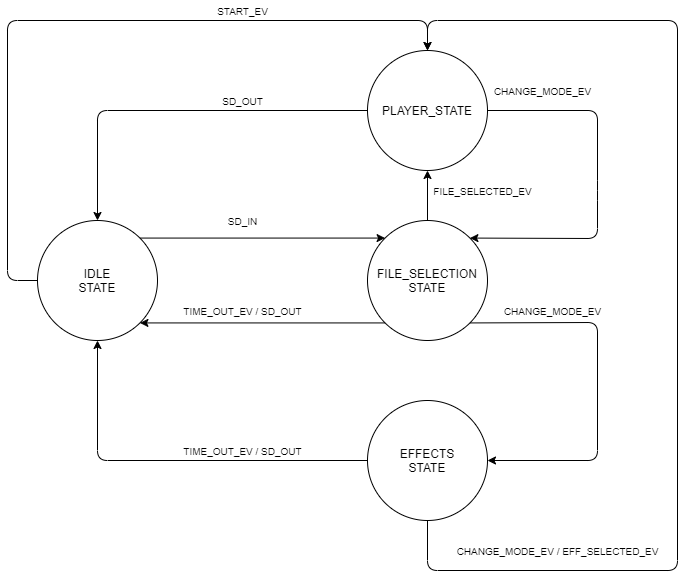
Above: SDProject/docs/fsm.png in Labo-Microprocesadores/MP3_Player (draw.io), before the change. Source tidied: cells renumbered, new cells last; positions are measured from the earlier drawing's top-left corner, leaving out a move shared by most shapes. The source it was exported from:
```xml
<mxGraphModel>
  <root>
    <mxCell id="0" />
    <mxCell id="1" parent="0" />
    <mxCell id="2" value="IDLE&lt;br&gt;STATE" style="ellipse;whiteSpace=wrap;html=1;" parent="1" vertex="1">
      <mxGeometry x="30" y="220" width="120" height="120" as="geometry" />
    </mxCell>
    <mxCell id="3" value="PLAYER_STATE" style="ellipse;whiteSpace=wrap;html=1;" parent="1" vertex="1">
      <mxGeometry x="360" y="50" width="120" height="120" as="geometry" />
    </mxCell>
    <mxCell id="4" value="FILE_SELECTION&lt;br&gt;STATE" style="ellipse;whiteSpace=wrap;html=1;" parent="1" vertex="1">
      <mxGeometry x="360" y="220" width="120" height="120" as="geometry" />
    </mxCell>
    <mxCell id="5" value="EFFECTS&lt;br&gt;STATE" style="ellipse;whiteSpace=wrap;html=1;" parent="1" vertex="1">
      <mxGeometry x="360" y="400" width="120" height="120" as="geometry" />
    </mxCell>
    <mxCell id="6" style="endArrow=classic;html=1;entryX=0.5;entryY=1;entryDx=0;entryDy=0;exitX=0;exitY=0.5;exitDx=0;exitDy=0;" parent="1" edge="1" source="5" target="2">
      <mxGeometry relative="1" as="geometry">
        <Array as="points">
          <mxPoint x="90" y="460" />
        </Array>
      </mxGeometry>
    </mxCell>
    <mxCell id="7" value="&lt;span style=&quot;font-size: 10px&quot;&gt;TIME_OUT_EV / SD_OUT&lt;/span&gt;" style="text;html=1;align=center;verticalAlign=middle;" parent="1" vertex="1">
      <mxGeometry x="170" y="440" width="130" height="20" as="geometry" />
    </mxCell>
    <mxCell id="8" style="endArrow=classic;html=1;exitX=0;exitY=1;exitDx=0;exitDy=0;entryX=1;entryY=1;entryDx=0;entryDy=0;" parent="1" edge="1" source="4" target="2">
      <mxGeometry relative="1" as="geometry" />
    </mxCell>
    <mxCell id="9" value="&lt;span style=&quot;font-size: 10px&quot;&gt;TIME_OUT_EV / SD_OUT&lt;/span&gt;" style="text;html=1;align=center;verticalAlign=middle;" parent="1" vertex="1">
      <mxGeometry x="170" y="300" width="130" height="20" as="geometry" />
    </mxCell>
    <mxCell id="10" style="endArrow=classic;html=1;exitX=0;exitY=0.5;exitDx=0;exitDy=0;entryX=0.5;entryY=0;entryDx=0;entryDy=0;" parent="1" edge="1" source="3" target="2">
      <mxGeometry relative="1" as="geometry">
        <Array as="points">
          <mxPoint x="90" y="110" />
        </Array>
      </mxGeometry>
    </mxCell>
    <mxCell id="11" value="&lt;span style=&quot;font-size: 10px&quot;&gt;SD_OUT&lt;/span&gt;" style="text;html=1;align=center;verticalAlign=middle;" parent="1" vertex="1">
      <mxGeometry x="205" y="90" width="60" height="20" as="geometry" />
    </mxCell>
    <mxCell id="12" style="endArrow=classic;html=1;exitX=1;exitY=0.5;exitDx=0;exitDy=0;entryX=1;entryY=0;entryDx=0;entryDy=0;" parent="1" edge="1" source="3" target="4">
      <mxGeometry relative="1" as="geometry">
        <Array as="points">
          <mxPoint x="590" y="110" />
          <mxPoint x="590" y="190" />
          <mxPoint x="590" y="238" />
        </Array>
      </mxGeometry>
    </mxCell>
    <mxCell id="13" value="&lt;span style=&quot;font-size: 10px&quot;&gt;CHANGE_MODE_EV&lt;/span&gt;" style="text;html=1;align=center;verticalAlign=middle;" parent="1" vertex="1">
      <mxGeometry x="480" y="80" width="110" height="20" as="geometry" />
    </mxCell>
    <mxCell id="14" style="endArrow=classic;html=1;entryX=1;entryY=0.5;entryDx=0;entryDy=0;exitX=1;exitY=1;exitDx=0;exitDy=0;" parent="1" edge="1" source="4" target="5">
      <mxGeometry relative="1" as="geometry">
        <Array as="points">
          <mxPoint x="590" y="322" />
          <mxPoint x="590" y="460" />
        </Array>
      </mxGeometry>
    </mxCell>
    <mxCell id="15" value="&lt;span style=&quot;font-size: 10px&quot;&gt;CHANGE_MODE_EV&lt;/span&gt;" style="text;html=1;align=center;verticalAlign=middle;" parent="1" vertex="1">
      <mxGeometry x="490" y="300" width="110" height="20" as="geometry" />
    </mxCell>
    <mxCell id="16" style="endArrow=classic;html=1;exitX=0.5;exitY=1;exitDx=0;exitDy=0;entryX=0.5;entryY=0;entryDx=0;entryDy=0;" parent="1" edge="1" source="5" target="3">
      <mxGeometry relative="1" as="geometry">
        <Array as="points">
          <mxPoint x="420" y="570" />
          <mxPoint x="670" y="570" />
          <mxPoint x="670" y="20" />
          <mxPoint x="420" y="20" />
        </Array>
      </mxGeometry>
    </mxCell>
    <mxCell id="17" value="&lt;span style=&quot;font-size: 10px&quot;&gt;CHANGE_MODE_EV / EFF_SELECTED_EV&lt;/span&gt;" style="text;html=1;align=center;verticalAlign=middle;" parent="1" vertex="1">
      <mxGeometry x="440" y="540" width="220" height="20" as="geometry" />
    </mxCell>
    <mxCell id="18" style="endArrow=classic;html=1;exitX=1;exitY=0;exitDx=0;exitDy=0;entryX=0;entryY=0;entryDx=0;entryDy=0;" parent="1" edge="1" source="2" target="4">
      <mxGeometry relative="1" as="geometry" />
    </mxCell>
    <mxCell id="19" value="&lt;span style=&quot;font-size: 10px&quot;&gt;SD_IN&lt;/span&gt;" style="text;html=1;align=center;verticalAlign=middle;" parent="1" vertex="1">
      <mxGeometry x="210" y="210" width="50" height="20" as="geometry" />
    </mxCell>
    <mxCell id="20" style="endArrow=classic;html=1;exitX=0.5;exitY=0;exitDx=0;exitDy=0;entryX=0.5;entryY=1;entryDx=0;entryDy=0;" parent="1" edge="1" source="4" target="3">
      <mxGeometry relative="1" as="geometry" />
    </mxCell>
    <mxCell id="21" value="&lt;span style=&quot;font-size: 10px&quot;&gt;FILE_SELECTED_EV&lt;/span&gt;" style="text;html=1;align=center;verticalAlign=middle;" parent="1" vertex="1">
      <mxGeometry x="420" y="180" width="110" height="20" as="geometry" />
    </mxCell>
    <mxCell id="22" style="endArrow=classic;html=1;exitX=0;exitY=0.5;exitDx=0;exitDy=0;entryX=0.5;entryY=0;entryDx=0;entryDy=0;" parent="1" edge="1" source="2" target="3">
      <mxGeometry relative="1" as="geometry">
        <Array as="points">
          <mxPoint y="280" />
          <mxPoint y="20" />
          <mxPoint x="420" y="20" />
        </Array>
      </mxGeometry>
    </mxCell>
    <mxCell id="23" value="&lt;span style=&quot;font-size: 10px&quot;&gt;START_EV&lt;/span&gt;" style="text;html=1;align=center;verticalAlign=middle;" parent="1" vertex="1">
      <mxGeometry x="200" width="70" height="20" as="geometry" />
    </mxCell>
  </root>
</mxGraphModel>
```
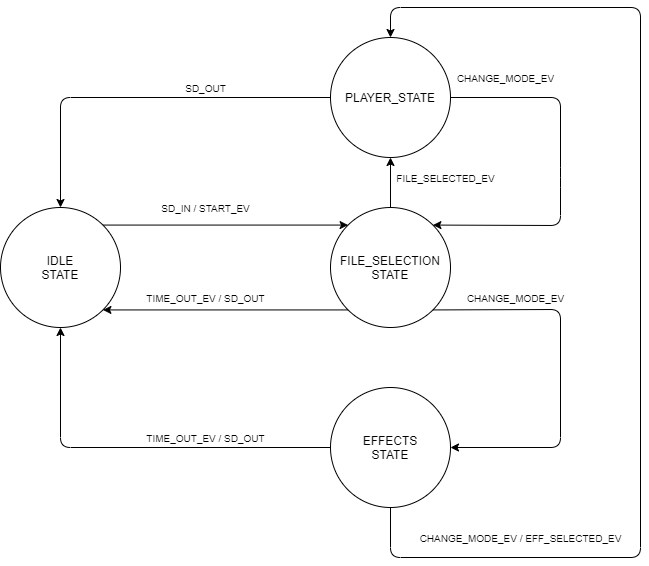
The same diagram one commit later.

Commit message:
updated fsm diagram

Diff of the diagram source:
```diff
@@ -79,8 +79,8 @@
     <mxCell id="18" style="endArrow=classic;html=1;exitX=1;exitY=0;exitDx=0;exitDy=0;entryX=0;entryY=0;entryDx=0;entryDy=0;" parent="1" edge="1" source="2" target="4">
       <mxGeometry relative="1" as="geometry" />
     </mxCell>
-    <mxCell id="19" value="&lt;span style=&quot;font-size: 10px&quot;&gt;SD_IN&lt;/span&gt;" style="text;html=1;align=center;verticalAlign=middle;" parent="1" vertex="1">
-      <mxGeometry x="210" y="210" width="50" height="20" as="geometry" />
+    <mxCell id="19" value="&lt;span style=&quot;font-size: 10px&quot;&gt;SD_IN / START_EV&lt;/span&gt;" style="text;html=1;align=center;verticalAlign=middle;" parent="1" vertex="1">
+      <mxGeometry x="185" y="210" width="100" height="20" as="geometry" />
     </mxCell>
     <mxCell id="20" style="endArrow=classic;html=1;exitX=0.5;exitY=0;exitDx=0;exitDy=0;entryX=0.5;entryY=1;entryDx=0;entryDy=0;" parent="1" edge="1" source="4" target="3">
       <mxGeometry relative="1" as="geometry" />
@@ -88,17 +88,5 @@
     <mxCell id="21" value="&lt;span style=&quot;font-size: 10px&quot;&gt;FILE_SELECTED_EV&lt;/span&gt;" style="text;html=1;align=center;verticalAlign=middle;" parent="1" vertex="1">
       <mxGeometry x="420" y="180" width="110" height="20" as="geometry" />
     </mxCell>
-    <mxCell id="22" style="endArrow=classic;html=1;exitX=0;exitY=0.5;exitDx=0;exitDy=0;entryX=0.5;entryY=0;entryDx=0;entryDy=0;" parent="1" edge="1" source="2" target="3">
-      <mxGeometry relative="1" as="geometry">
-        <Array as="points">
-          <mxPoint y="280" />
-          <mxPoint y="20" />
-          <mxPoint x="420" y="20" />
-        </Array>
-      </mxGeometry>
-    </mxCell>
-    <mxCell id="23" value="&lt;span style=&quot;font-size: 10px&quot;&gt;START_EV&lt;/span&gt;" style="text;html=1;align=center;verticalAlign=middle;" parent="1" vertex="1">
-      <mxGeometry x="200" width="70" height="20" as="geometry" />
-    </mxCell>
   </root>
 </mxGraphModel>
```
